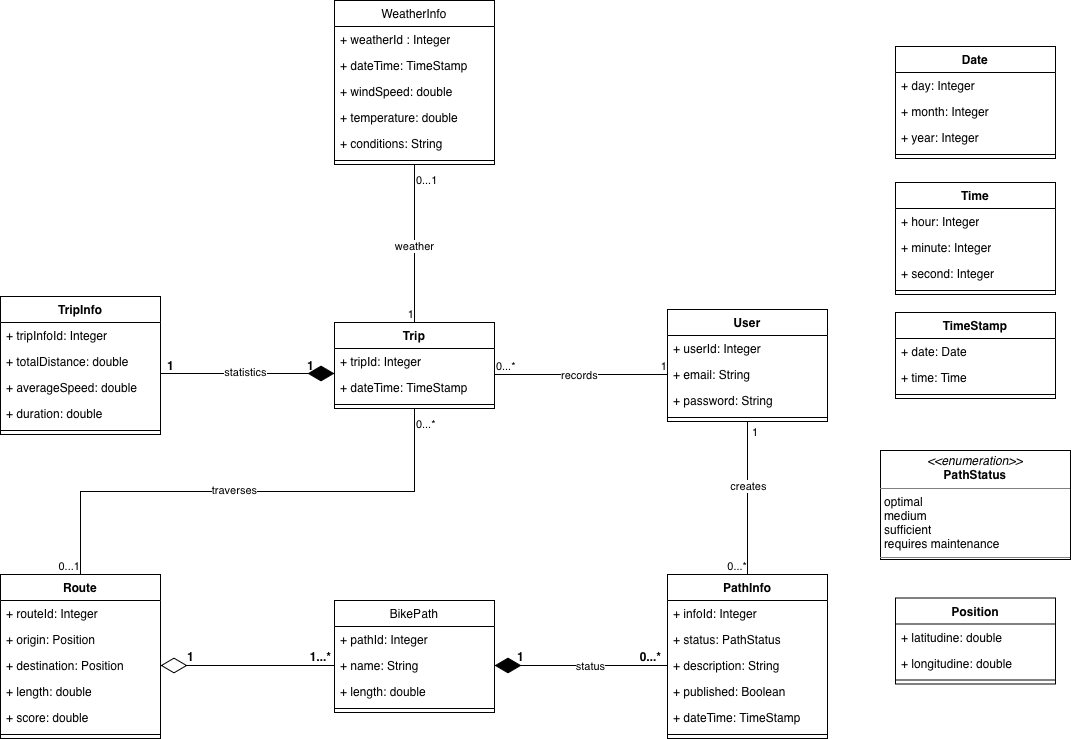
This is overallDescription/images/ClassDiagram.png from FlavioPC02/Riccobono, a draw.io export, as it was before one commit. Source tidied: cells renumbered, new cells last; positions are measured from the earlier drawing's top-left corner, leaving out a move shared by most shapes.
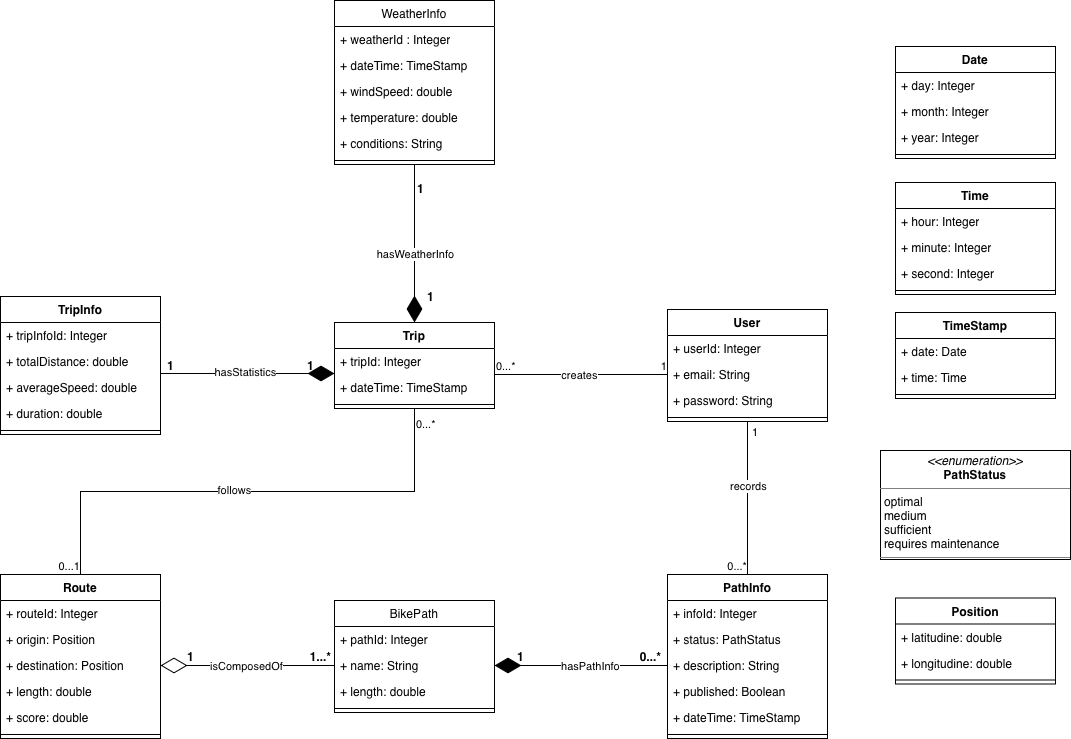
Above is the later version.

Commit message:
Completed overallDescription

Diff of the diagram source:
```diff
@@ -92,22 +92,6 @@
     <mxCell id="31" style="line;strokeWidth=1;fillColor=none;align=left;verticalAlign=middle;spacingTop=-1;spacingLeft=3;spacingRight=3;labelPosition=right;strokeColor=inherit;" parent="25" vertex="1">
       <mxGeometry y="156" width="160" height="8" as="geometry" />
     </mxCell>
-    <mxCell id="32" style="endArrow=none;html=1;edgeStyle=orthogonalEdgeStyle;rounded=0;exitX=0.5;exitY=1;exitDx=0;exitDy=0;entryX=0.5;entryY=0;entryDx=0;entryDy=0;" parent="1" edge="1" source="25" target="7">
-      <mxGeometry relative="1" as="geometry" />
-    </mxCell>
-    <mxCell id="33" value="0...1" style="edgeLabel;html=1;align=left;verticalAlign=bottom;" parent="32" vertex="1">
-      <mxGeometry x="-1" relative="1" as="geometry">
-        <mxPoint y="24" as="offset" />
-      </mxGeometry>
-    </mxCell>
-    <mxCell id="34" value="1" style="edgeLabel;html=1;align=right;verticalAlign=bottom;" parent="32" vertex="1">
-      <mxGeometry x="1" relative="1" as="geometry" />
-    </mxCell>
-    <mxCell id="35" value="weather" style="edgeLabel;html=1;align=center;verticalAlign=middle;" parent="32" vertex="1">
-      <mxGeometry x="0.04" y="-1" relative="1" as="geometry">
-        <mxPoint y="-1" as="offset" />
-      </mxGeometry>
-    </mxCell>
     <mxCell id="36" style="endArrow=none;html=1;edgeStyle=orthogonalEdgeStyle;rounded=0;entryX=0;entryY=0.5;entryDx=0;entryDy=0;exitX=0.998;exitY=0.036;exitDx=0;exitDy=0;exitPerimeter=0;" parent="1" edge="1" source="9" target="4">
       <mxGeometry relative="1" as="geometry">
         <Array as="points">
@@ -121,7 +105,7 @@
     <mxCell id="38" value="1" style="edgeLabel;html=1;align=right;verticalAlign=bottom;" parent="36" vertex="1">
       <mxGeometry x="1" relative="1" as="geometry" />
     </mxCell>
-    <mxCell id="39" value="records" style="edgeLabel;html=1;align=center;verticalAlign=middle;" parent="36" vertex="1">
+    <mxCell id="39" value="creates" style="edgeLabel;html=1;align=center;verticalAlign=middle;" parent="36" vertex="1">
       <mxGeometry x="-0.02" relative="1" as="geometry" />
     </mxCell>
     <mxCell id="40" value="TripInfo" style="swimlane;fontStyle=1;align=center;verticalAlign=top;horizontal=1;startSize=26;whiteSpace=wrap;html=1;" parent="1" vertex="1">
@@ -153,7 +137,7 @@
     <mxCell id="48" value="0...*" style="edgeLabel;html=1;align=right;verticalAlign=bottom;" parent="46" vertex="1">
       <mxGeometry x="1" relative="1" as="geometry" />
     </mxCell>
-    <mxCell id="49" value="creates" style="edgeLabel;html=1;align=center;verticalAlign=middle;" parent="46" vertex="1">
+    <mxCell id="49" value="records" style="edgeLabel;html=1;align=center;verticalAlign=middle;" parent="46" vertex="1">
       <mxGeometry x="-0.16" relative="1" as="geometry" />
     </mxCell>
     <mxCell id="50" style="endArrow=none;html=1;edgeStyle=orthogonalEdgeStyle;rounded=0;exitX=0.5;exitY=1;exitDx=0;exitDy=0;entryX=0.5;entryY=0;entryDx=0;entryDy=0;" parent="1" edge="1" source="7" target="67">
@@ -167,7 +151,7 @@
     <mxCell id="52" value="0...1" style="edgeLabel;html=1;align=right;verticalAlign=bottom;" parent="50" vertex="1">
       <mxGeometry x="1" relative="1" as="geometry" />
     </mxCell>
-    <mxCell id="53" value="traverses" style="edgeLabel;html=1;align=center;verticalAlign=middle;" parent="50" vertex="1">
+    <mxCell id="53" value="follows" style="edgeLabel;html=1;align=center;verticalAlign=middle;" parent="50" vertex="1">
       <mxGeometry x="0.06" y="-2" relative="1" as="geometry" />
     </mxCell>
     <mxCell id="54" value="&lt;p style=&quot;margin:0px;margin-top:4px;text-align:center;&quot;&gt;&lt;i&gt;&amp;lt;&amp;lt;enumeration&amp;gt;&amp;gt;&lt;/i&gt;&lt;br&gt;&lt;b&gt;PathStatus&lt;/b&gt;&lt;/p&gt;&lt;hr size=&quot;1&quot; style=&quot;border-style:solid;&quot;&gt;&lt;p style=&quot;margin:0px;margin-left:4px;&quot;&gt;optimal&lt;/p&gt;&lt;p style=&quot;margin:0px;margin-left:4px;&quot;&gt;medium&lt;/p&gt;&lt;p style=&quot;margin:0px;margin-left:4px;&quot;&gt;sufficient&lt;/p&gt;&lt;p style=&quot;margin:0px;margin-left:4px;&quot;&gt;requires maintenance&lt;br&gt;&lt;/p&gt;&lt;hr size=&quot;1&quot; style=&quot;border-style:solid;&quot;&gt;&lt;p style=&quot;margin:0px;margin-left:4px;&quot;&gt;&lt;br&gt;&lt;/p&gt;" style="verticalAlign=top;align=left;overflow=fill;html=1;whiteSpace=wrap;" parent="1" vertex="1">
@@ -248,7 +232,7 @@
         <mxPoint x="334" y="373" as="targetPoint" />
       </mxGeometry>
     </mxCell>
-    <mxCell id="79" value="statistics" style="edgeLabel;html=1;align=center;verticalAlign=middle;" parent="78" vertex="1">
+    <mxCell id="79" value="hasStatistics" style="edgeLabel;html=1;align=center;verticalAlign=middle;" parent="78" vertex="1">
       <mxGeometry x="-0.03" y="2" relative="1" as="geometry">
         <mxPoint x="-1" as="offset" />
       </mxGeometry>
@@ -256,12 +240,15 @@
     <mxCell id="80" style="endArrow=diamondThin;endFill=1;endSize=24;html=1;rounded=0;entryX=1;entryY=0.5;entryDx=0;entryDy=0;exitX=0;exitY=0.5;exitDx=0;exitDy=0;" parent="1" edge="1" source="63" target="57">
       <mxGeometry relative="1" as="geometry" />
     </mxCell>
-    <mxCell id="81" value="status" style="edgeLabel;html=1;align=center;verticalAlign=middle;" parent="80" vertex="1">
+    <mxCell id="81" value="hasPathInfo" style="edgeLabel;html=1;align=center;verticalAlign=middle;" parent="80" vertex="1">
       <mxGeometry x="-0.1" relative="1" as="geometry" />
     </mxCell>
     <mxCell id="82" style="endArrow=diamondThin;endFill=0;endSize=24;html=1;rounded=0;exitX=0;exitY=0.5;exitDx=0;exitDy=0;entryX=1;entryY=0.5;entryDx=0;entryDy=0;" parent="1" edge="1" source="57" target="70">
       <mxGeometry relative="1" as="geometry" />
     </mxCell>
+    <mxCell id="89" value="isComposedOf" style="edgeLabel;html=1;align=center;verticalAlign=middle;" parent="82" vertex="1">
+      <mxGeometry x="0.02" relative="1" as="geometry" />
+    </mxCell>
     <mxCell id="83" value="1" style="text;align=center;fontStyle=1;verticalAlign=middle;spacingLeft=3;spacingRight=3;strokeColor=none;html=1;" parent="1" vertex="1">
       <mxGeometry x="130" y="352" width="80" height="26" as="geometry" />
     </mxCell>
@@ -280,5 +267,17 @@
     <mxCell id="88" value="0...*" style="text;align=center;fontStyle=1;verticalAlign=middle;spacingLeft=3;spacingRight=3;strokeColor=none;html=1;" parent="1" vertex="1">
       <mxGeometry x="610" y="643" width="80" height="26" as="geometry" />
     </mxCell>
+    <mxCell id="90" value="1" style="text;align=center;fontStyle=1;verticalAlign=middle;spacingLeft=3;spacingRight=3;strokeColor=none;html=1;" parent="1" vertex="1">
+      <mxGeometry x="380" y="175" width="80" height="26" as="geometry" />
+    </mxCell>
+    <mxCell id="32" style="endArrow=diamondThin;endFill=1;endSize=24;html=1;rounded=0;entryX=0.5;entryY=0;entryDx=0;entryDy=0;exitX=0.5;exitY=1;exitDx=0;exitDy=0;" parent="1" edge="1" source="25" target="7">
+      <mxGeometry relative="1" as="geometry" />
+    </mxCell>
+    <mxCell id="91" value="hasWeatherInfo" style="edgeLabel;html=1;align=center;verticalAlign=middle;" parent="32" vertex="1">
+      <mxGeometry x="0.13" relative="1" as="geometry" />
+    </mxCell>
+    <mxCell id="92" value="1" style="text;align=center;fontStyle=1;verticalAlign=middle;spacingLeft=3;spacingRight=3;strokeColor=none;html=1;" parent="1" vertex="1">
+      <mxGeometry x="390" y="283" width="80" height="26" as="geometry" />
+    </mxCell>
   </root>
 </mxGraphModel>
```
